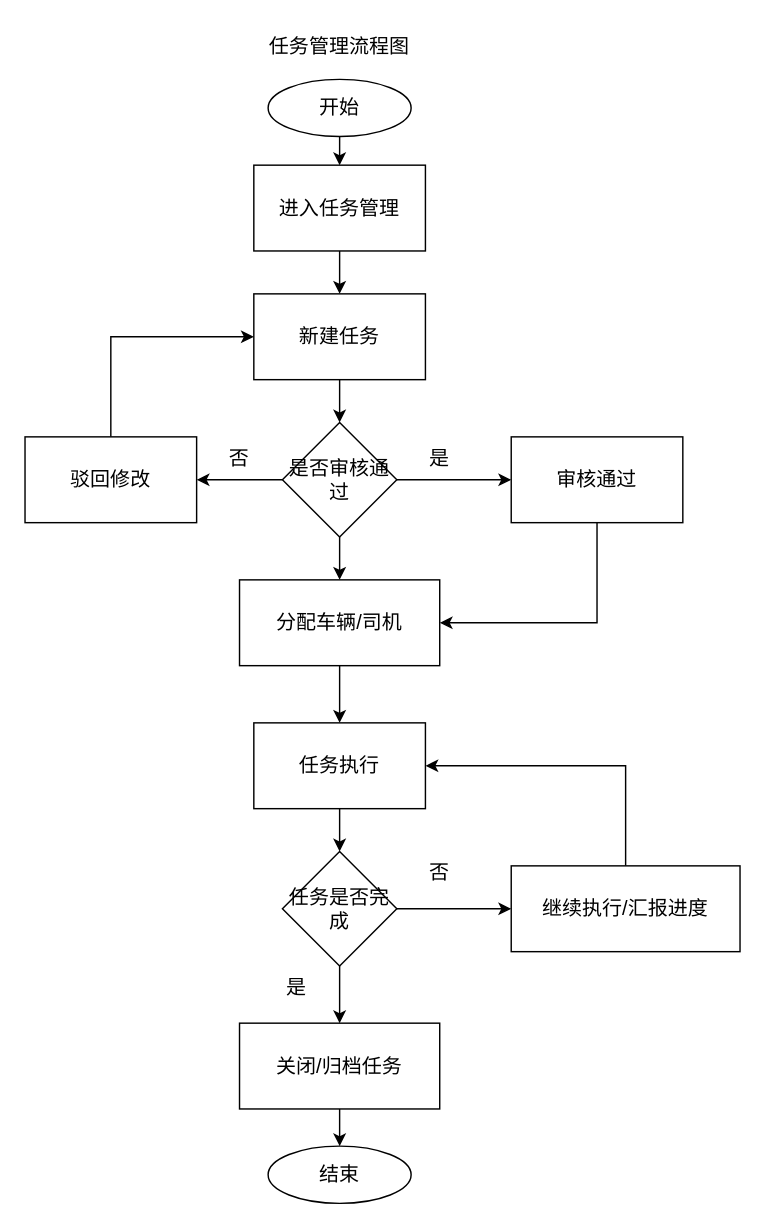
This is page "任务管理流程图" (2 of 22) of 汽车管理系统位图.drawio from Corkedmzx/-airport-vehicle-system, a draw.io file, before an edit. Source tidied: cells renumbered, new cells numbered last; positions are measured from the earlier drawing's top-left corner, leaving out a move shared by most shapes. Both pictures are drawn from the tidied source at 143%, with x=0, y=0 at pixel (24, 24).
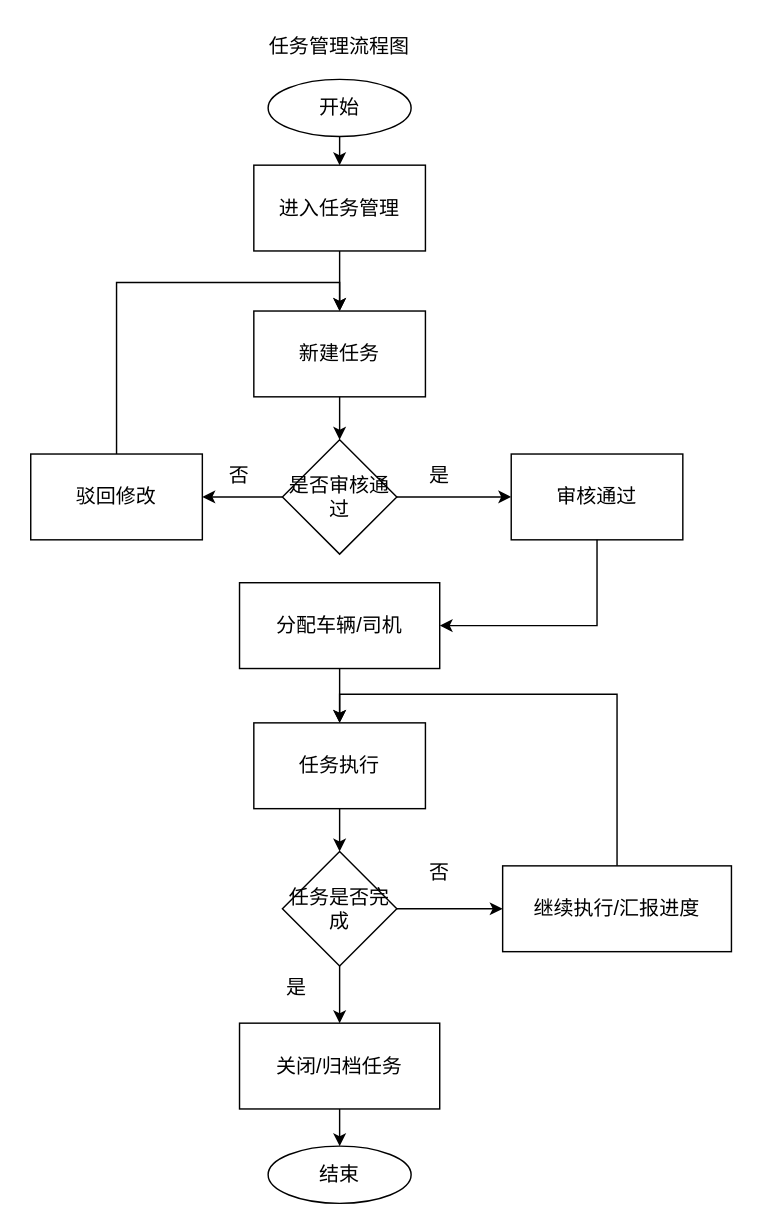
The same diagram, later.

The change refers to these unchanged cells:
```xml
<mxCell id="7" value="进入任务管理" style="rounded=0;whiteSpace=wrap;html=1;fontSize=14;" parent="1" vertex="1">
  <mxGeometry x="160" y="98" width="120" height="60" as="geometry" />
</mxCell>
<mxCell id="16" value="任务执行" style="rounded=0;whiteSpace=wrap;html=1;fontSize=14;" parent="1" vertex="1">
  <mxGeometry x="160" y="488" width="120" height="60" as="geometry" />
</mxCell>
```

Change to the diagram source:
```diff
@@
+    <mxCell id="33" style="edgeStyle=orthogonalEdgeStyle;rounded=0;jettySize=auto;html=1;exitX=0.5;exitY=1;exitDx=0;exitDy=0;entryX=0.5;entryY=0;entryDx=0;entryDy=0;" parent="1" edge="1" source="7" target="8">
+      <mxGeometry relative="1" as="geometry" />
+    </mxCell>
@@
     <mxCell id="8" value="新建任务" style="rounded=0;whiteSpace=wrap;html=1;fontSize=14;" parent="1" vertex="1">
-      <mxGeometry x="160" y="188" width="120" height="60" as="geometry" />
+      <mxGeometry x="160" y="200" width="120" height="60" as="geometry" />
     </mxCell>
@@
     <mxCell id="11" value="是否审核通过" style="rhombus;whiteSpace=wrap;html=1;fontSize=14;" parent="1" vertex="1">
-      <mxGeometry x="180" y="278" width="80" height="80" as="geometry" />
+      <mxGeometry x="180" y="290" width="80" height="80" as="geometry" />
     </mxCell>
     <mxCell id="12" value="审核通过" style="rounded=0;whiteSpace=wrap;html=1;fontSize=14;" parent="1" vertex="1">
-      <mxGeometry x="340" y="288" width="120" height="60" as="geometry" />
+      <mxGeometry x="340" y="300" width="120" height="60" as="geometry" />
     </mxCell>
-    <mxCell id="13" style="edgeStyle=orthogonalEdgeStyle;rounded=0;jettySize=auto;html=1;exitX=0.5;exitY=0;exitDx=0;exitDy=0;entryX=0;entryY=0.5;entryDx=0;entryDy=0;" parent="1" edge="1" source="14" target="8">
+    <mxCell id="13" style="edgeStyle=orthogonalEdgeStyle;rounded=0;jettySize=auto;html=1;exitX=0.5;exitY=0;exitDx=0;exitDy=0;entryX=0.5;entryY=0;entryDx=0;entryDy=0;" parent="1" edge="1" source="14" target="8">
       <mxGeometry relative="1" as="geometry" />
     </mxCell>
     <mxCell id="14" value="驳回修改" style="rounded=0;whiteSpace=wrap;html=1;fontSize=14;" parent="1" vertex="1">
-      <mxGeometry y="288" width="120" height="60" as="geometry" />
+      <mxGeometry x="4" y="300" width="120" height="60" as="geometry" />
     </mxCell>
+    <mxCell id="28" style="edgeStyle=orthogonalEdgeStyle;rounded=0;jettySize=auto;html=1;exitX=0.5;exitY=1;exitDx=0;exitDy=0;entryX=0.5;entryY=0;entryDx=0;entryDy=0;" parent="1" edge="1" source="15" target="16">
+      <mxGeometry relative="1" as="geometry" />
+    </mxCell>
     <mxCell id="15" value="分配车辆/司机" style="rounded=0;whiteSpace=wrap;html=1;fontSize=14;" parent="1" vertex="1">
-      <mxGeometry x="150" y="388" width="140" height="60" as="geometry" />
+      <mxGeometry x="150" y="390" width="140" height="60" as="geometry" />
     </mxCell>
@@
-    <mxCell id="19" style="edgeStyle=orthogonalEdgeStyle;rounded=0;jettySize=auto;html=1;exitX=0.5;exitY=0;exitDx=0;exitDy=0;entryX=1;entryY=0.5;entryDx=0;entryDy=0;" parent="1" edge="1" source="20" target="16">
+    <mxCell id="19" style="edgeStyle=orthogonalEdgeStyle;rounded=0;jettySize=auto;html=1;exitX=0.5;exitY=0;exitDx=0;exitDy=0;entryX=0.5;entryY=0;entryDx=0;entryDy=0;" parent="1" edge="1" source="20" target="16">
       <mxGeometry relative="1" as="geometry" />
     </mxCell>
     <mxCell id="20" value="继续执行/汇报进度" style="rounded=0;whiteSpace=wrap;html=1;fontSize=14;" parent="1" vertex="1">
-      <mxGeometry x="340" y="588" width="160" height="60" as="geometry" />
+      <mxGeometry x="334" y="588" width="160" height="60" as="geometry" />
     </mxCell>
@@
-    <mxCell id="22" style="edgeStyle=orthogonalEdgeStyle;rounded=0;jettySize=auto;html=1;exitX=0.5;exitY=1;exitDx=0;exitDy=0;entryX=0.5;entryY=0;entryDx=0;entryDy=0;fontSize=14;" parent="1" edge="1" source="7" target="8">
-      <mxGeometry relative="1" as="geometry" />
+    <mxCell id="22" style="edgeStyle=orthogonalEdgeStyle;rounded=0;jettySize=auto;html=1;exitX=0.5;exitY=1;exitDx=0;exitDy=0;entryX=0.5;entryY=0;entryDx=0;entryDy=0;fontSize=14;" parent="1" edge="1" source="7">
+      <mxGeometry relative="1" as="geometry">
+        <mxPoint x="220" y="158" as="targetPoint" />
+      </mxGeometry>
     </mxCell>
@@
     <mxCell id="24" value="是" style="text;html=1;whiteSpace=wrap;strokeColor=none;fillColor=none;align=center;verticalAlign=middle;rounded=0;fontSize=14;" parent="1" vertex="1">
-      <mxGeometry x="260" y="288" width="60" height="30" as="geometry" />
+      <mxGeometry x="260" y="300" width="60" height="30" as="geometry" />
     </mxCell>
     <mxCell id="25" value="否" style="text;html=1;whiteSpace=wrap;strokeColor=none;fillColor=none;align=center;verticalAlign=middle;rounded=0;fontSize=14;" parent="1" vertex="1">
-      <mxGeometry x="120" y="288" width="60" height="30" as="geometry" />
+      <mxGeometry x="120" y="300" width="60" height="30" as="geometry" />
     </mxCell>
@@
-    <mxCell id="27" style="edgeStyle=orthogonalEdgeStyle;rounded=0;jettySize=auto;html=1;exitX=0.5;exitY=1;exitDx=0;exitDy=0;entryX=0.5;entryY=0;entryDx=0;entryDy=0;fontSize=14;" parent="1" edge="1" source="11" target="15">
-      <mxGeometry relative="1" as="geometry" />
-    </mxCell>
-    <mxCell id="28" style="edgeStyle=orthogonalEdgeStyle;rounded=0;jettySize=auto;html=1;exitX=0.5;exitY=1;exitDx=0;exitDy=0;entryX=0.5;entryY=0;entryDx=0;entryDy=0;fontSize=14;" parent="1" edge="1" source="15" target="16">
-      <mxGeometry relative="1" as="geometry" />
-    </mxCell>
```
